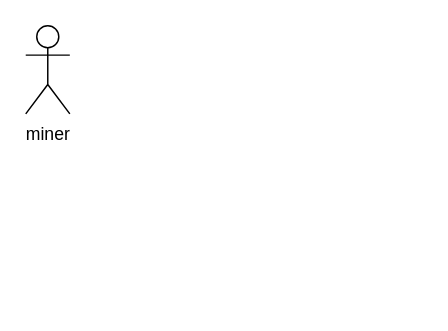
Earlier version of the draw.io diagram Untitled Diagram.drawio (learnprogram2/my_note). Source tidied: cells renumbered, new cells numbered last; positions are measured from the earlier drawing's top-left corner, leaving out a move shared by most shapes. Both pictures are drawn from the tidied source at 147%, with x=0, y=0 at pixel (25, 25).
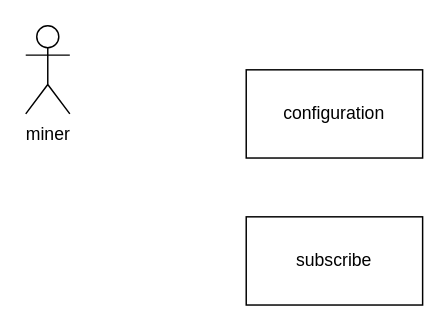
The same diagram, later.

What changed in the source:
```diff
@@
 <mxGraphModel>
   <root>
     <mxCell id="0" />
     <mxCell id="1" parent="0" />
     <mxCell id="2" value="miner" style="shape=umlActor;verticalLabelPosition=bottom;verticalAlign=top;html=1;" parent="1" vertex="1">
       <mxGeometry width="30" height="60" as="geometry" />
     </mxCell>
+    <mxCell id="3" value="subscribe" style="rounded=0;whiteSpace=wrap;html=1;" parent="1" vertex="1">
+      <mxGeometry x="150" y="130" width="120" height="60" as="geometry" />
+    </mxCell>
+    <mxCell id="4" value="configuration" style="rounded=0;whiteSpace=wrap;html=1;" parent="1" vertex="1">
+      <mxGeometry x="150" y="30" width="120" height="60" as="geometry" />
+    </mxCell>
   </root>
 </mxGraphModel>
```
